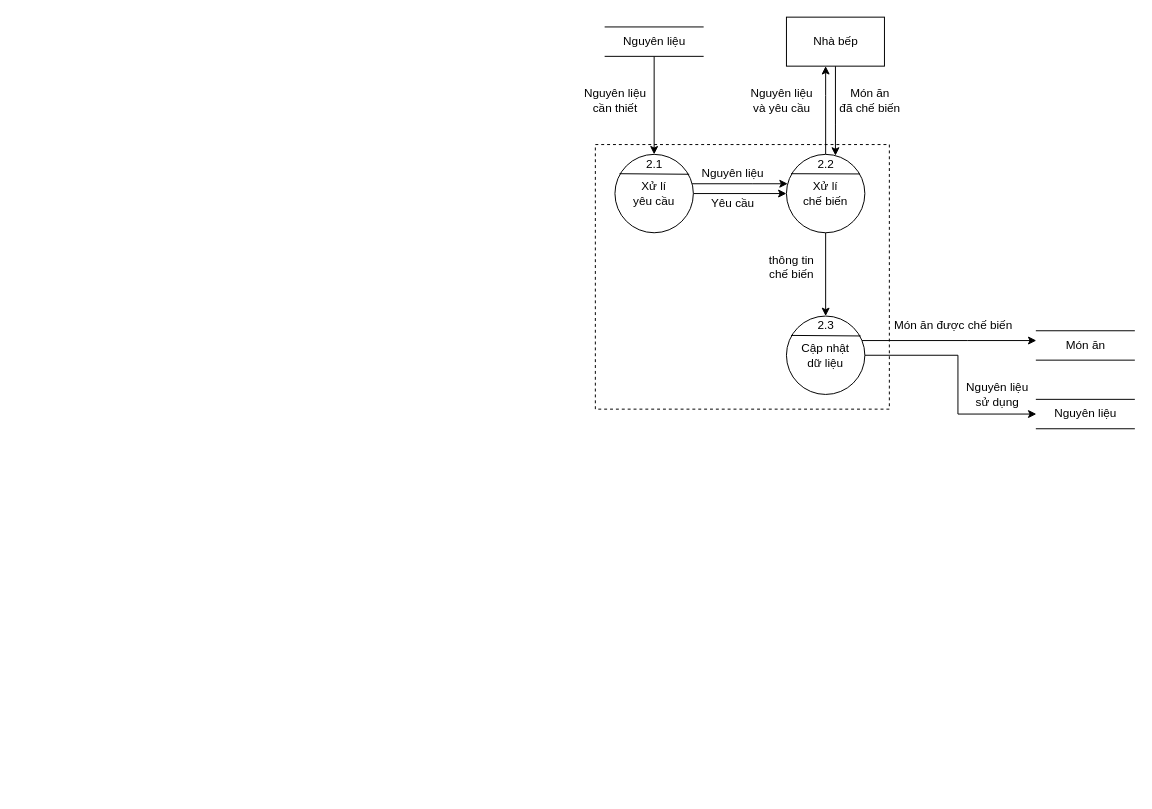
Before: page "Mức 2 - Chế biến" (4 of 6) of PTTK HTTT/Project/DFD.drawio in EdgarIgnite16/SGU-Course, a draw.io diagram. Source tidied: cells renumbered, new cells numbered last; positions are measured from the earlier drawing's top-left corner, leaving out a move shared by most shapes. Both pictures are drawn from the tidied source at 98%, with x=0, y=0 at pixel (575, 17).
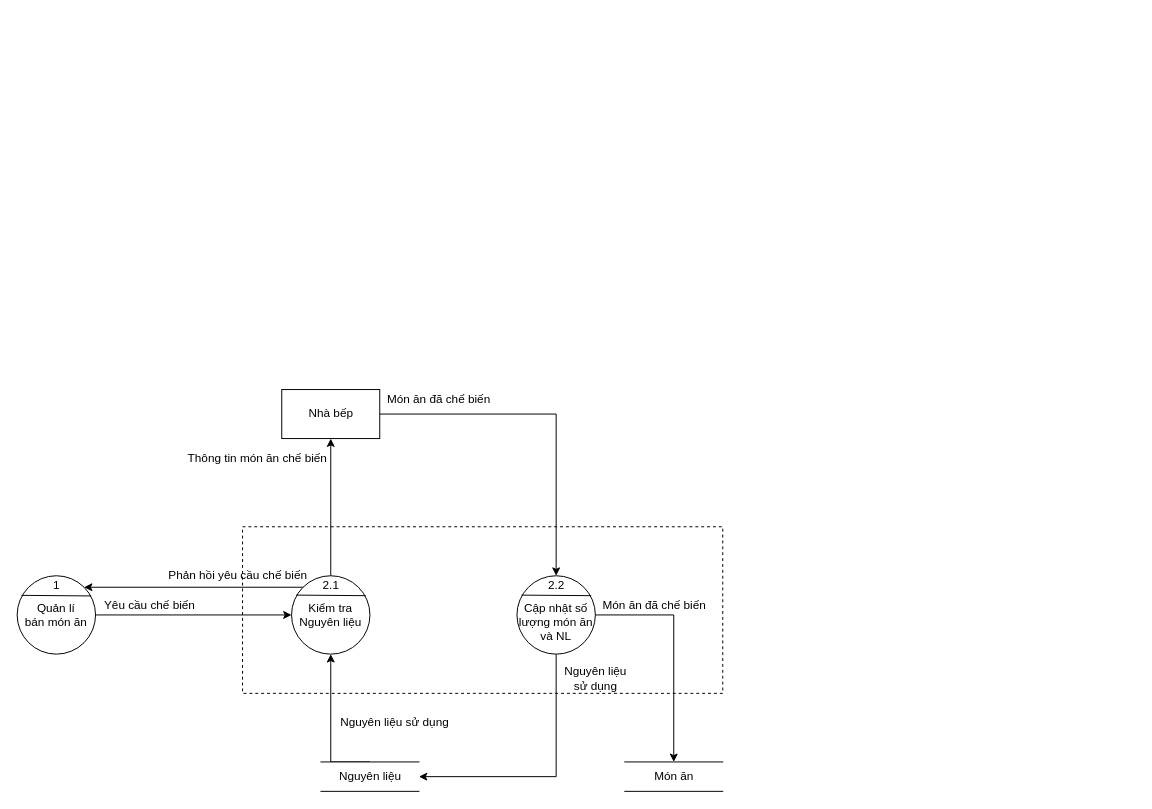
The same page after the edit.

What changed in the source:
```diff
@@
     <mxCell id="2" style="rounded=0;whiteSpace=wrap;html=1;dashed=1;fontFamily=Helvetica;fontSize=12;" parent="1" vertex="1">
-      <mxGeometry x="20" y="130" width="300" height="270" as="geometry" />
+      <mxGeometry x="-340" y="520" width="490" height="170" as="geometry" />
     </mxCell>
-    <mxCell id="3" style="edgeStyle=orthogonalEdgeStyle;rounded=0;jettySize=auto;html=1;fontFamily=Helvetica;" parent="1" edge="1" source="5" target="16">
-      <mxGeometry relative="1" as="geometry">
-        <Array as="points">
-          <mxPoint x="180" y="170" />
-          <mxPoint x="180" y="170" />
-        </Array>
-      </mxGeometry>
-    </mxCell>
-    <mxCell id="4" style="edgeStyle=orthogonalEdgeStyle;rounded=0;jettySize=auto;html=1;fontFamily=Helvetica;" parent="1" edge="1" source="5" target="16">
-      <mxGeometry relative="1" as="geometry" />
-    </mxCell>
-    <mxCell id="5" value="Xử lí &lt;br&gt;yêu cầu" style="ellipse;whiteSpace=wrap;html=1;fontFamily=Helvetica;" parent="1" vertex="1">
-      <mxGeometry x="40" y="140" width="80" height="80" as="geometry" />
-    </mxCell>
-    <mxCell id="6" style="endArrow=none;html=1;rounded=0;exitX=0.058;exitY=0.247;exitDx=0;exitDy=0;exitPerimeter=0;entryX=0.947;entryY=0.254;entryDx=0;entryDy=0;entryPerimeter=0;fontFamily=Helvetica;" parent="1" edge="1" source="5" target="5">
-      <mxGeometry relative="1" as="geometry" />
-    </mxCell>
-    <mxCell id="7" style="edgeStyle=orthogonalEdgeStyle;rounded=0;jettySize=auto;html=1;fontFamily=Helvetica;" parent="1" edge="1" source="9" target="11">
-      <mxGeometry relative="1" as="geometry">
-        <Array as="points">
-          <mxPoint x="400" y="330" />
-          <mxPoint x="400" y="330" />
-        </Array>
-      </mxGeometry>
-    </mxCell>
-    <mxCell id="8" style="edgeStyle=orthogonalEdgeStyle;rounded=0;jettySize=auto;html=1;fontFamily=Helvetica;" parent="1" edge="1" source="9" target="30">
-      <mxGeometry relative="1" as="geometry">
-        <Array as="points">
-          <mxPoint x="390" y="345" />
-          <mxPoint x="390" y="405" />
-        </Array>
-      </mxGeometry>
-    </mxCell>
-    <mxCell id="9" value="Cập nhật&lt;br&gt;dữ liệu" style="ellipse;whiteSpace=wrap;html=1;fontFamily=Helvetica;" parent="1" vertex="1">
-      <mxGeometry x="215" y="305" width="80" height="80" as="geometry" />
-    </mxCell>
-    <mxCell id="10" style="endArrow=none;html=1;rounded=0;exitX=0.058;exitY=0.247;exitDx=0;exitDy=0;exitPerimeter=0;entryX=0.947;entryY=0.254;entryDx=0;entryDy=0;entryPerimeter=0;fontFamily=Helvetica;" parent="1" edge="1" source="9" target="9">
-      <mxGeometry relative="1" as="geometry" />
-    </mxCell>
+    <mxCell id="32" style="edgeStyle=orthogonalEdgeStyle;rounded=0;jettySize=auto;html=1;exitX=0.5;exitY=0;exitDx=0;exitDy=0;entryX=0.5;entryY=1;entryDx=0;entryDy=0;startArrow=none;startFill=0;endArrow=classic;endFill=1;" parent="1" edge="1" source="34" target="23">
+      <mxGeometry relative="1" as="geometry" />
+    </mxCell>
+    <mxCell id="33" style="edgeStyle=orthogonalEdgeStyle;rounded=0;jettySize=auto;html=1;exitX=0;exitY=0;exitDx=0;exitDy=0;entryX=1;entryY=0;entryDx=0;entryDy=0;startArrow=none;startFill=0;endArrow=classic;endFill=1;" parent="1" edge="1" source="34" target="44">
+      <mxGeometry relative="1" as="geometry" />
+    </mxCell>
+    <mxCell id="34" value="Kiểm tra Nguyên liệu" style="ellipse;whiteSpace=wrap;html=1;fontFamily=Helvetica;" parent="1" vertex="1">
+      <mxGeometry x="-290" y="570" width="80" height="80" as="geometry" />
+    </mxCell>
+    <mxCell id="35" style="endArrow=none;html=1;rounded=0;exitX=0.058;exitY=0.247;exitDx=0;exitDy=0;exitPerimeter=0;entryX=0.947;entryY=0.254;entryDx=0;entryDy=0;entryPerimeter=0;fontFamily=Helvetica;" parent="1" edge="1" source="34" target="34">
+      <mxGeometry relative="1" as="geometry" />
+    </mxCell>
+    <mxCell id="12" value="2.1" style="text;html=1;align=center;verticalAlign=middle;strokeColor=none;fillColor=none;fontSize=12;fontFamily=Helvetica;" parent="1" vertex="1">
+      <mxGeometry x="-265" y="570" width="30" height="20" as="geometry" />
+    </mxCell>
+    <mxCell id="36" style="edgeStyle=orthogonalEdgeStyle;rounded=0;jettySize=auto;html=1;exitX=0.5;exitY=1;exitDx=0;exitDy=0;entryX=1;entryY=0.5;entryDx=0;entryDy=0;startArrow=none;startFill=0;endArrow=classic;endFill=1;" parent="1" edge="1" source="38" target="42">
+      <mxGeometry relative="1" as="geometry" />
+    </mxCell>
+    <mxCell id="37" style="edgeStyle=orthogonalEdgeStyle;rounded=0;jettySize=auto;html=1;exitX=1;exitY=0.5;exitDx=0;exitDy=0;startArrow=none;startFill=0;endArrow=classic;endFill=1;entryX=0.5;entryY=0;entryDx=0;entryDy=0;" parent="1" edge="1" source="38" target="11">
+      <mxGeometry relative="1" as="geometry" />
+    </mxCell>
+    <mxCell id="38" value="&lt;br&gt;Cập nhật số lượng món ăn và NL" style="ellipse;whiteSpace=wrap;html=1;fontFamily=Helvetica;" parent="1" vertex="1">
+      <mxGeometry x="-60" y="570" width="80" height="80" as="geometry" />
+    </mxCell>
+    <mxCell id="39" style="endArrow=none;html=1;rounded=0;exitX=0.058;exitY=0.247;exitDx=0;exitDy=0;exitPerimeter=0;entryX=0.947;entryY=0.254;entryDx=0;entryDy=0;entryPerimeter=0;fontFamily=Helvetica;" parent="1" edge="1" source="38" target="38">
+      <mxGeometry relative="1" as="geometry" />
+    </mxCell>
+    <mxCell id="18" value="2.2" style="text;html=1;align=center;verticalAlign=middle;strokeColor=none;fillColor=none;fontSize=12;fontFamily=Helvetica;" parent="1" vertex="1">
+      <mxGeometry x="-35" y="570" width="30" height="20" as="geometry" />
+    </mxCell>
+    <mxCell id="40" style="edgeStyle=orthogonalEdgeStyle;rounded=0;jettySize=auto;html=1;exitX=1;exitY=0.5;exitDx=0;exitDy=0;startArrow=none;startFill=0;endArrow=classic;endFill=1;entryX=0.5;entryY=0;entryDx=0;entryDy=0;" parent="1" edge="1" source="23" target="38">
+      <mxGeometry relative="1" as="geometry" />
+    </mxCell>
+    <mxCell id="23" value="Nhà bếp" style="html=1;dashed=0;whitespace=wrap;fontFamily=Helvetica;" parent="1" vertex="1">
+      <mxGeometry x="-300" y="380" width="100" height="50" as="geometry" />
+    </mxCell>
+    <mxCell id="41" style="edgeStyle=orthogonalEdgeStyle;rounded=0;jettySize=auto;html=1;exitX=0.5;exitY=0;exitDx=0;exitDy=0;entryX=0.5;entryY=1;entryDx=0;entryDy=0;startArrow=none;startFill=0;endArrow=classic;endFill=1;" parent="1" edge="1" source="42" target="34">
+      <mxGeometry relative="1" as="geometry">
+        <Array as="points">
+          <mxPoint x="-250" y="760" />
+        </Array>
+      </mxGeometry>
+    </mxCell>
+    <mxCell id="42" value="Nguyên liệu" style="html=1;dashed=0;whitespace=wrap;shape=partialRectangle;right=0;left=0;fontFamily=Helvetica;" parent="1" vertex="1">
+      <mxGeometry x="-260" y="760" width="100" height="30" as="geometry" />
+    </mxCell>
+    <mxCell id="43" style="edgeStyle=orthogonalEdgeStyle;rounded=0;jettySize=auto;html=1;exitX=1;exitY=0.5;exitDx=0;exitDy=0;entryX=0;entryY=0.5;entryDx=0;entryDy=0;startArrow=none;startFill=0;endArrow=classic;endFill=1;" parent="1" edge="1" source="44" target="34">
+      <mxGeometry relative="1" as="geometry" />
+    </mxCell>
+    <mxCell id="44" value="Quản lí&lt;br&gt;bán món ăn" style="ellipse;whiteSpace=wrap;html=1;fontFamily=Helvetica;" parent="1" vertex="1">
+      <mxGeometry x="-570" y="570" width="80" height="80" as="geometry" />
+    </mxCell>
+    <mxCell id="45" value="1" style="text;html=1;align=center;verticalAlign=middle;strokeColor=none;fillColor=none;fontFamily=Helvetica;" parent="1" vertex="1">
+      <mxGeometry x="-540" y="570" width="20" height="20" as="geometry" />
+    </mxCell>
+    <mxCell id="46" style="endArrow=none;html=1;rounded=0;exitX=0.058;exitY=0.247;exitDx=0;exitDy=0;exitPerimeter=0;entryX=0.947;entryY=0.254;entryDx=0;entryDy=0;entryPerimeter=0;fontFamily=Helvetica;" parent="1" edge="1">
+      <mxGeometry relative="1" as="geometry">
+        <mxPoint x="-565.6" y="590" as="sourcePoint" />
+        <mxPoint x="-494.4" y="590.6" as="targetPoint" />
+      </mxGeometry>
+    </mxCell>
+    <mxCell id="47" value="Yêu cầu chế biến" style="text;html=1;align=center;verticalAlign=middle;strokeColor=none;fillColor=none;" parent="1" vertex="1">
+      <mxGeometry x="-490" y="590" width="110" height="20" as="geometry" />
+    </mxCell>
+    <mxCell id="48" value="Nguyên liệu sử dụng" style="text;html=1;align=center;verticalAlign=middle;strokeColor=none;fillColor=none;" parent="1" vertex="1">
+      <mxGeometry x="-250" y="710" width="130" height="20" as="geometry" />
+    </mxCell>
+    <mxCell id="49" value="Thông tin món ăn chế biến" style="text;html=1;align=center;verticalAlign=middle;strokeColor=none;fillColor=none;" parent="1" vertex="1">
+      <mxGeometry x="-405" y="440" width="160" height="20" as="geometry" />
+    </mxCell>
+    <mxCell id="50" value="Nguyên liệu &lt;br&gt;sử dụng" style="text;html=1;align=center;verticalAlign=middle;strokeColor=none;fillColor=none;" parent="1" vertex="1">
+      <mxGeometry x="-20" y="660" width="80" height="30" as="geometry" />
+    </mxCell>
+    <mxCell id="51" value="Món ăn đã chế biến" style="text;html=1;align=center;verticalAlign=middle;strokeColor=none;fillColor=none;" parent="1" vertex="1">
+      <mxGeometry x="-200" y="380" width="120" height="20" as="geometry" />
+    </mxCell>
+    <mxCell id="52" value="Món ăn đã chế biến" style="text;html=1;align=center;verticalAlign=middle;strokeColor=none;fillColor=none;" parent="1" vertex="1">
+      <mxGeometry x="20" y="590" width="120" height="20" as="geometry" />
+    </mxCell>
     <mxCell id="11" value="Món ăn" style="html=1;dashed=0;whitespace=wrap;shape=partialRectangle;right=0;left=0;fontFamily=Helvetica;" parent="1" vertex="1">
-      <mxGeometry x="470" y="320" width="100" height="30" as="geometry" />
+      <mxGeometry x="50" y="760" width="100" height="30" as="geometry" />
     </mxCell>
-    <mxCell id="12" value="2.1" style="text;html=1;align=center;verticalAlign=middle;strokeColor=none;fillColor=none;fontSize=12;fontFamily=Helvetica;" parent="1" vertex="1">
-      <mxGeometry x="65" y="140" width="30" height="20" as="geometry" />
-    </mxCell>
-    <mxCell id="13" value="2.3" style="text;html=1;align=center;verticalAlign=middle;strokeColor=none;fillColor=none;fontSize=12;fontFamily=Helvetica;" parent="1" vertex="1">
-      <mxGeometry x="240" y="305" width="30" height="20" as="geometry" />
-    </mxCell>
-    <mxCell id="14" style="edgeStyle=orthogonalEdgeStyle;rounded=0;jettySize=auto;html=1;fontFamily=Helvetica;" parent="1" edge="1" source="16" target="23">
-      <mxGeometry relative="1" as="geometry">
-        <Array as="points">
-          <mxPoint x="255" y="80" />
-          <mxPoint x="255" y="80" />
-        </Array>
-      </mxGeometry>
-    </mxCell>
-    <mxCell id="15" style="edgeStyle=orthogonalEdgeStyle;rounded=0;jettySize=auto;html=1;fontFamily=Helvetica;" parent="1" edge="1" source="16" target="9">
-      <mxGeometry relative="1" as="geometry" />
-    </mxCell>
-    <mxCell id="16" value="Xử lí&lt;br&gt;chế biến" style="ellipse;whiteSpace=wrap;html=1;fontFamily=Helvetica;" parent="1" vertex="1">
-      <mxGeometry x="215" y="140" width="80" height="80" as="geometry" />
-    </mxCell>
-    <mxCell id="17" style="endArrow=none;html=1;rounded=0;exitX=0.058;exitY=0.247;exitDx=0;exitDy=0;exitPerimeter=0;entryX=0.947;entryY=0.254;entryDx=0;entryDy=0;entryPerimeter=0;fontFamily=Helvetica;" parent="1" edge="1" source="16" target="16">
-      <mxGeometry relative="1" as="geometry">
-        <Array as="points">
-          <mxPoint x="290" y="160" />
-        </Array>
-      </mxGeometry>
-    </mxCell>
-    <mxCell id="18" value="2.2" style="text;html=1;align=center;verticalAlign=middle;strokeColor=none;fillColor=none;fontSize=12;fontFamily=Helvetica;" parent="1" vertex="1">
-      <mxGeometry x="240" y="140" width="30" height="20" as="geometry" />
-    </mxCell>
-    <mxCell id="19" style="edgeStyle=orthogonalEdgeStyle;rounded=0;jettySize=auto;html=1;fontFamily=Helvetica;" parent="1" edge="1" source="20" target="5">
-      <mxGeometry relative="1" as="geometry" />
-    </mxCell>
-    <mxCell id="20" value="Nguyên liệu" style="html=1;dashed=0;whitespace=wrap;shape=partialRectangle;right=0;left=0;fontFamily=Helvetica;" parent="1" vertex="1">
-      <mxGeometry x="30" y="10" width="100" height="30" as="geometry" />
-    </mxCell>
-    <mxCell id="21" value="Nguyên liệu&lt;br&gt;cần thiết" style="text;html=1;align=center;verticalAlign=middle;strokeColor=none;fillColor=none;fontFamily=Helvetica;" parent="1" vertex="1">
-      <mxGeometry y="70" width="80" height="30" as="geometry" />
-    </mxCell>
-    <mxCell id="22" style="edgeStyle=orthogonalEdgeStyle;rounded=0;jettySize=auto;html=1;fontFamily=Helvetica;" parent="1" edge="1" source="23" target="16">
-      <mxGeometry relative="1" as="geometry">
-        <Array as="points">
-          <mxPoint x="265" y="110" />
-          <mxPoint x="265" y="110" />
-        </Array>
-      </mxGeometry>
-    </mxCell>
-    <mxCell id="23" value="Nhà bếp" style="html=1;dashed=0;whitespace=wrap;fontFamily=Helvetica;" parent="1" vertex="1">
-      <mxGeometry x="215" width="100" height="50" as="geometry" />
-    </mxCell>
-    <mxCell id="24" value="Nguyên liệu" style="text;html=1;align=center;verticalAlign=middle;strokeColor=none;fillColor=none;fontFamily=Helvetica;" parent="1" vertex="1">
-      <mxGeometry x="120" y="150" width="80" height="20" as="geometry" />
-    </mxCell>
-    <mxCell id="25" value="Nguyên liệu&lt;br&gt;và yêu cầu" style="text;html=1;align=center;verticalAlign=middle;strokeColor=none;fillColor=none;fontFamily=Helvetica;" parent="1" vertex="1">
-      <mxGeometry x="170" y="70" width="80" height="30" as="geometry" />
-    </mxCell>
-    <mxCell id="26" value="Món ăn&lt;br&gt;đã chế biến" style="text;html=1;align=center;verticalAlign=middle;strokeColor=none;fillColor=none;fontFamily=Helvetica;" parent="1" vertex="1">
-      <mxGeometry x="260" y="70" width="80" height="30" as="geometry" />
-    </mxCell>
-    <mxCell id="27" value="thông tin&lt;br&gt;chế biến" style="text;html=1;align=center;verticalAlign=middle;strokeColor=none;fillColor=none;fontFamily=Helvetica;" parent="1" vertex="1">
-      <mxGeometry x="190" y="240" width="60" height="30" as="geometry" />
-    </mxCell>
-    <mxCell id="28" value="Yêu cầu" style="text;html=1;align=center;verticalAlign=middle;strokeColor=none;fillColor=none;fontFamily=Helvetica;" parent="1" vertex="1">
-      <mxGeometry x="130" y="180" width="60" height="20" as="geometry" />
-    </mxCell>
-    <mxCell id="29" value="Món ăn được chế biến" style="text;html=1;align=center;verticalAlign=middle;strokeColor=none;fillColor=none;fontFamily=Helvetica;" parent="1" vertex="1">
-      <mxGeometry x="315" y="305" width="140" height="20" as="geometry" />
-    </mxCell>
-    <mxCell id="30" value="Nguyên liệu" style="html=1;dashed=0;whitespace=wrap;shape=partialRectangle;right=0;left=0;fontFamily=Helvetica;" parent="1" vertex="1">
-      <mxGeometry x="470" y="390" width="100" height="30" as="geometry" />
-    </mxCell>
-    <mxCell id="31" value="Nguyên liệu &lt;br&gt;sử dụng" style="text;html=1;align=center;verticalAlign=middle;strokeColor=none;fillColor=none;fontFamily=Helvetica;" parent="1" vertex="1">
-      <mxGeometry x="390" y="370" width="80" height="30" as="geometry" />
-    </mxCell>
+    <mxCell id="53" value="Phản hồi yêu cầu chế biến" style="text;html=1;align=center;verticalAlign=middle;strokeColor=none;fillColor=none;" parent="1" vertex="1">
+      <mxGeometry x="-425" y="560" width="160" height="20" as="geometry" />
+    </mxCell>
```
